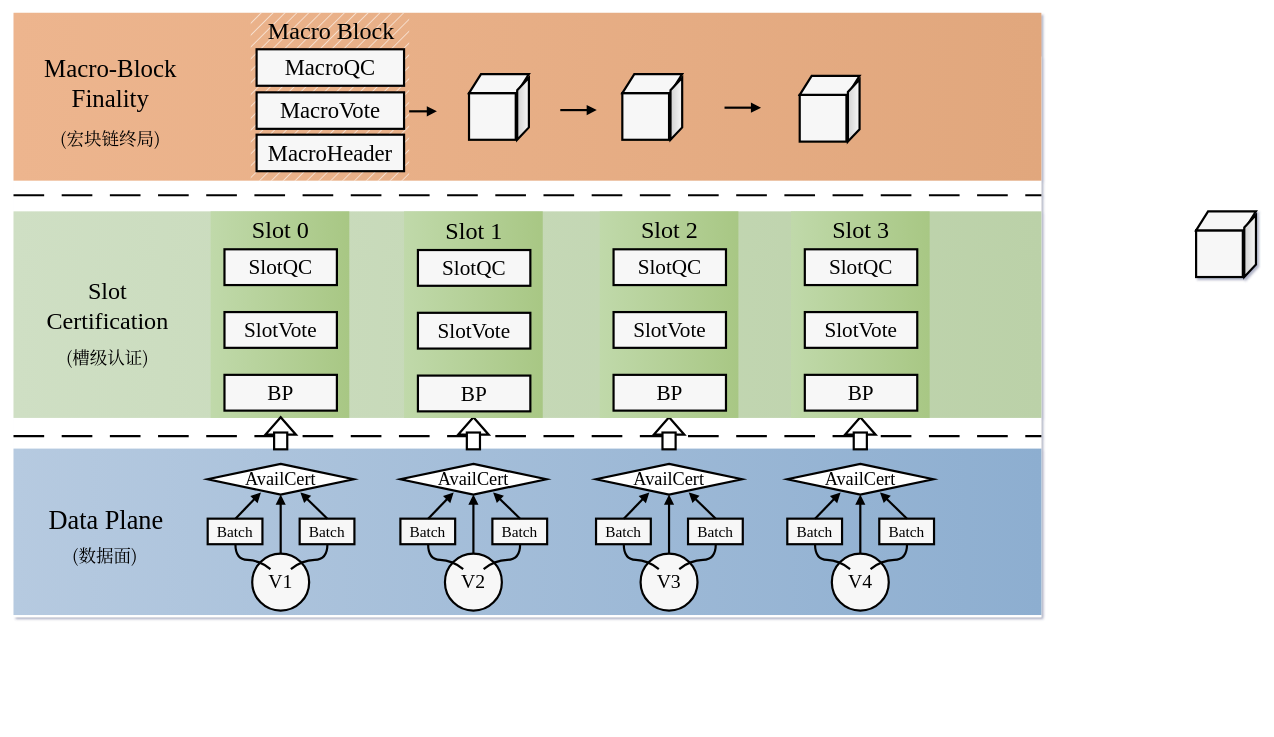
Above: page "第 10 页" (10 of 10) of 3-x.drawio in cynic-1/Graphs (draw.io), before the change. Source tidied: cells renumbered, new cells numbered last; positions are measured from the earlier drawing's top-left corner, leaving out a move shared by most shapes. Both pictures are drawn from the tidied source at 73%, with x=0, y=0 at pixel (13, 12).
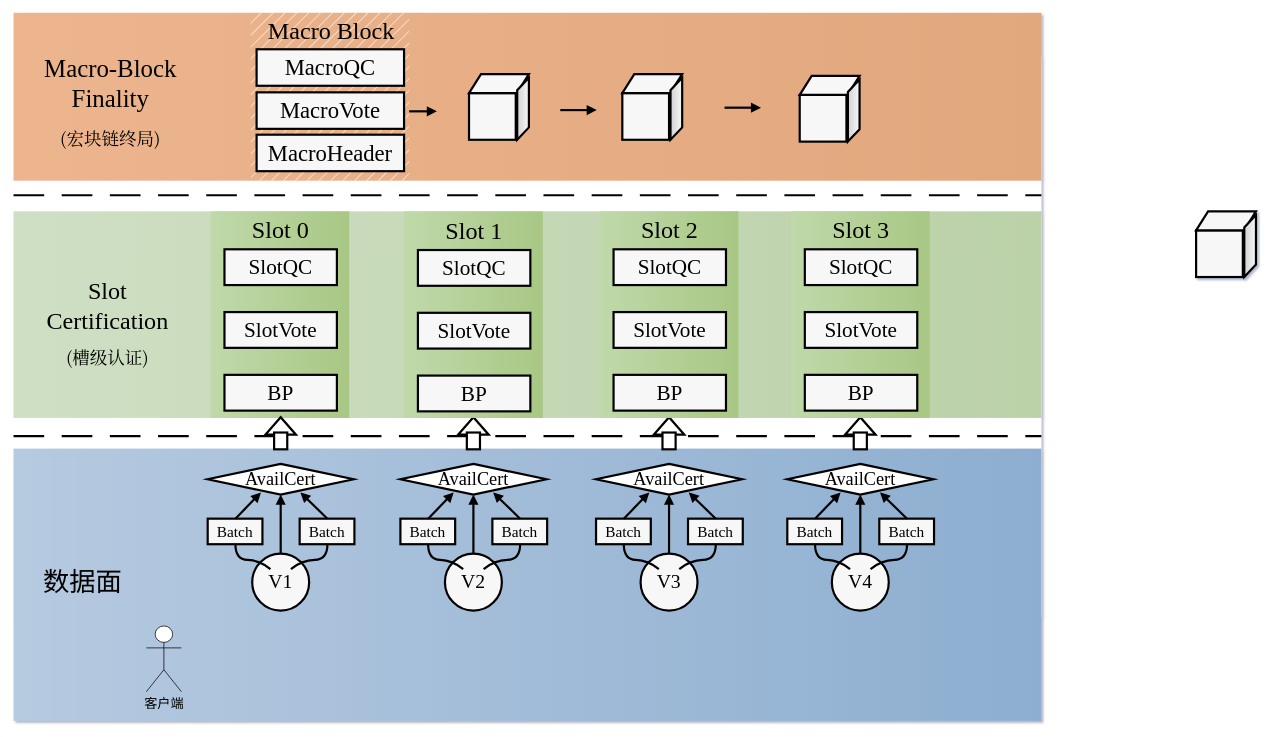
The same diagram, later.

Diff of the diagram source:
```diff
@@
     <mxCell id="6" style="shape=rectangle;whiteSpace=wrap;html=1;strokeColor=none;fillColor=#B6CAE0;gradientColor=#8DAED0;gradientDirection=east;" parent="1" vertex="1">
-      <mxGeometry y="597" width="1408" height="228" as="geometry" />
+      <mxGeometry y="597" width="1408" height="373" as="geometry" />
     </mxCell>
@@
-    <mxCell id="14" value="Data Plane" style="text;html=1;strokeColor=none;fillColor=none;align=center;verticalAlign=middle;whiteSpace=wrap;rounded=0;fontFamily=Times New Roman;fontSize=36;" parent="1" vertex="1">
-      <mxGeometry x="42" y="673" width="170" height="46" as="geometry" />
+    <mxCell id="14" value="数据面" style="text;html=1;strokeColor=none;fillColor=none;align=center;verticalAlign=middle;whiteSpace=wrap;rounded=0;fontFamily=Times New Roman;fontSize=36;" parent="1" vertex="1">
+      <mxGeometry x="10" y="757" width="170" height="46" as="geometry" />
     </mxCell>
-    <mxCell id="15" value="(数据面)" style="text;html=1;strokeColor=none;fillColor=none;align=center;verticalAlign=middle;whiteSpace=wrap;rounded=0;fontFamily=Noto Serif CJK SC;fontSize=24;" parent="1" vertex="1">
-      <mxGeometry x="48" y="725" width="155" height="36" as="geometry" />
-    </mxCell>
@@
+    <mxCell id="99" value="&lt;font style=&quot;font-size: 18px;&quot;&gt;客户端&lt;/font&gt;" style="shape=umlActor;verticalLabelPosition=bottom;verticalAlign=top;html=1;" parent="1" vertex="1">
+      <mxGeometry x="182" y="840" width="48" height="90" as="geometry" />
+    </mxCell>
```
